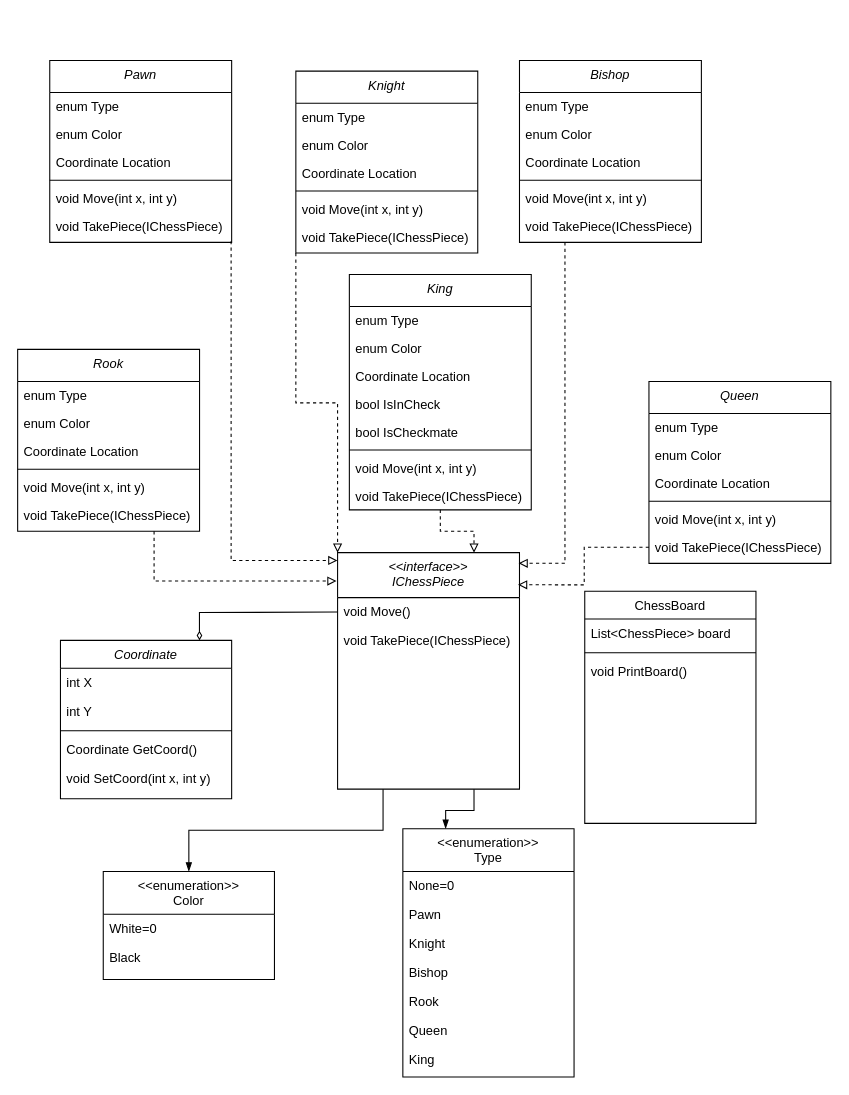
Above: Chess.drawio in ahstephens6/Chess (draw.io), before the change. Source tidied: cells renumbered, new cells numbered last; positions are measured from the earlier drawing's top-left corner, leaving out a move shared by most shapes. Both pictures are drawn from the tidied source at 107%, with x=0, y=0 at pixel (17, 60).
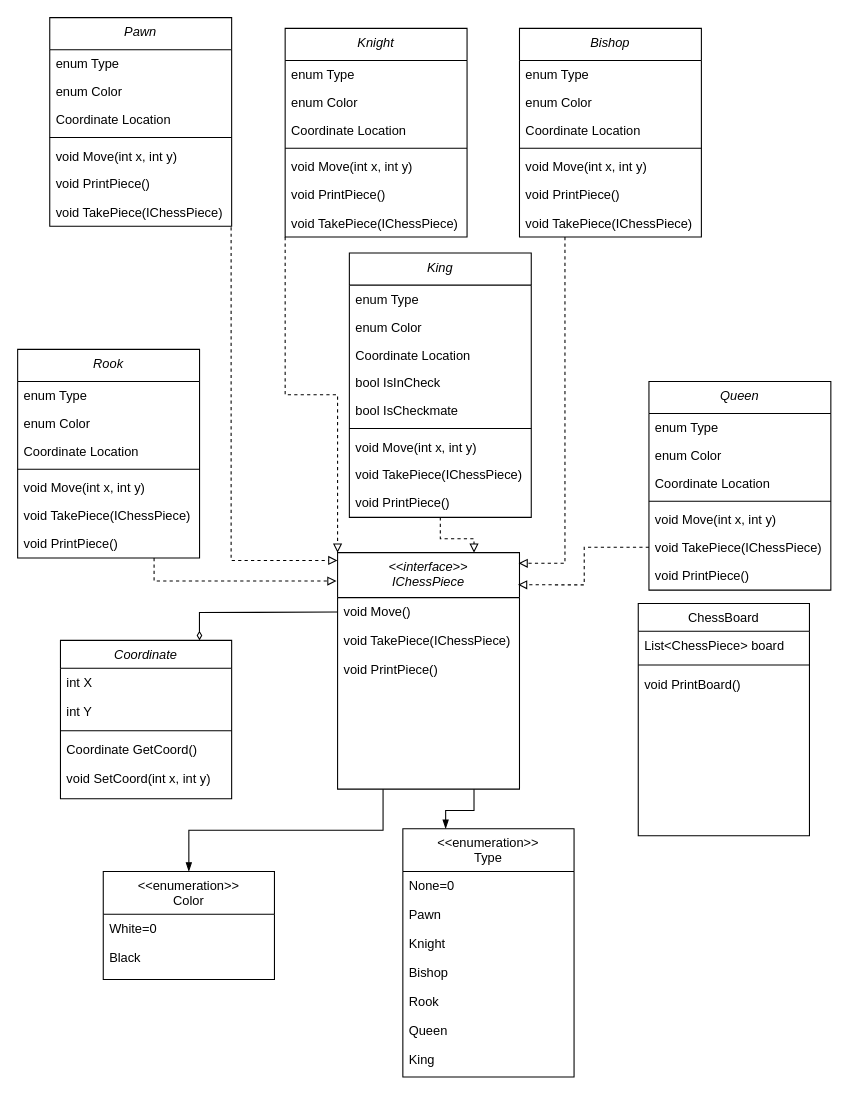
The same diagram, later.

Unchanged cells that the change refers to:
```xml
<mxCell id="4" value="&lt;&lt;interface&gt;&gt;&#10;IChessPiece" style="swimlane;fontStyle=2;align=center;verticalAlign=top;horizontal=1;startSize=42;rounded=0;shadow=0;strokeWidth=1;" parent="1" vertex="1">
  <mxGeometry x="299" y="460" width="170" height="221" as="geometry" />
</mxCell>
```

Diff of the diagram source:
```diff
@@
+    <mxCell id="79" value="void PrintPiece()" style="text;align=left;verticalAlign=top;spacingLeft=4;spacingRight=4;overflow=hidden;" parent="4" vertex="1">
+      <mxGeometry y="96" width="170" height="27" as="geometry" />
+    </mxCell>
     <mxCell id="7" value="ChessBoard" style="swimlane;fontStyle=0;align=center;verticalAlign=top;horizontal=1;startSize=26;rounded=0;shadow=0;strokeWidth=1;" parent="1" vertex="1">
-      <mxGeometry x="530" y="496" width="160" height="217" as="geometry" />
+      <mxGeometry x="580" y="507.5" width="160" height="217" as="geometry" />
     </mxCell>
@@
     <mxCell id="29" value="Pawn" style="swimlane;fontStyle=2;align=center;verticalAlign=top;horizontal=1;startSize=30;rounded=0;shadow=0;strokeWidth=1;" parent="1" vertex="1">
-      <mxGeometry x="30" width="170" height="170" as="geometry" />
+      <mxGeometry x="30" y="-40" width="170" height="195" as="geometry" />
     </mxCell>
@@
+    <mxCell id="80" value="void PrintPiece()" style="text;align=left;verticalAlign=top;spacingLeft=4;spacingRight=4;overflow=hidden;" parent="29" vertex="1">
+      <mxGeometry y="142" width="170" height="27" as="geometry" />
+    </mxCell>
     <mxCell id="35" value="void TakePiece(IChessPiece)" style="text;align=left;verticalAlign=top;spacingLeft=4;spacingRight=4;overflow=hidden;points=[[0,0.5],[1,0.5]];portConstraint=eastwest;" parent="29" vertex="1">
-      <mxGeometry y="142" width="170" height="26" as="geometry" />
+      <mxGeometry y="169" width="170" height="26" as="geometry" />
     </mxCell>
@@
     <mxCell id="37" value="Knight" style="swimlane;fontStyle=2;align=center;verticalAlign=top;horizontal=1;startSize=30;rounded=0;shadow=0;strokeWidth=1;" parent="1" vertex="1">
-      <mxGeometry x="260" y="10" width="170" height="170" as="geometry" />
+      <mxGeometry x="250" y="-30" width="170" height="195" as="geometry" />
     </mxCell>
@@
+    <mxCell id="81" value="void PrintPiece()" style="text;align=left;verticalAlign=top;spacingLeft=4;spacingRight=4;overflow=hidden;" parent="37" vertex="1">
+      <mxGeometry y="142" width="170" height="27" as="geometry" />
+    </mxCell>
     <mxCell id="43" value="void TakePiece(IChessPiece)" style="text;align=left;verticalAlign=top;spacingLeft=4;spacingRight=4;overflow=hidden;" parent="37" vertex="1">
-      <mxGeometry y="142" width="170" height="26" as="geometry" />
+      <mxGeometry y="169" width="170" height="26" as="geometry" />
     </mxCell>
     <mxCell id="44" value="Bishop" style="swimlane;fontStyle=2;align=center;verticalAlign=top;horizontal=1;startSize=30;rounded=0;shadow=0;strokeWidth=1;" parent="1" vertex="1">
-      <mxGeometry x="469" width="170" height="170" as="geometry" />
+      <mxGeometry x="469" y="-30" width="170" height="195" as="geometry" />
     </mxCell>
@@
+    <mxCell id="82" value="void PrintPiece()" style="text;align=left;verticalAlign=top;spacingLeft=4;spacingRight=4;overflow=hidden;" parent="44" vertex="1">
+      <mxGeometry y="142" width="170" height="27" as="geometry" />
+    </mxCell>
     <mxCell id="50" value="void TakePiece(IChessPiece)" style="text;align=left;verticalAlign=top;spacingLeft=4;spacingRight=4;overflow=hidden;" parent="44" vertex="1">
-      <mxGeometry y="142" width="170" height="26" as="geometry" />
+      <mxGeometry y="169" width="170" height="26" as="geometry" />
     </mxCell>
     <mxCell id="51" value="Rook" style="swimlane;fontStyle=2;align=center;verticalAlign=top;horizontal=1;startSize=30;rounded=0;shadow=0;strokeWidth=1;" parent="1" vertex="1">
-      <mxGeometry y="270" width="170" height="170" as="geometry" />
+      <mxGeometry y="270" width="170" height="195" as="geometry" />
     </mxCell>
@@
+    <mxCell id="83" value="void PrintPiece()" style="text;align=left;verticalAlign=top;spacingLeft=4;spacingRight=4;overflow=hidden;" parent="51" vertex="1">
+      <mxGeometry y="168" width="170" height="27" as="geometry" />
+    </mxCell>
     <mxCell id="58" value="Queen" style="swimlane;fontStyle=2;align=center;verticalAlign=top;horizontal=1;startSize=30;rounded=0;shadow=0;strokeWidth=1;" parent="1" vertex="1">
-      <mxGeometry x="590" y="300" width="170" height="170" as="geometry" />
+      <mxGeometry x="590" y="300" width="170" height="195" as="geometry" />
     </mxCell>
@@
+    <mxCell id="84" value="void PrintPiece()" style="text;align=left;verticalAlign=top;spacingLeft=4;spacingRight=4;overflow=hidden;" parent="58" vertex="1">
+      <mxGeometry y="168" width="170" height="27" as="geometry" />
+    </mxCell>
@@
     <mxCell id="66" value="King" style="swimlane;fontStyle=2;align=center;verticalAlign=top;horizontal=1;startSize=30;rounded=0;shadow=0;strokeWidth=1;" parent="1" vertex="1">
-      <mxGeometry x="310" y="200" width="170" height="220" as="geometry" />
+      <mxGeometry x="310" y="180" width="170" height="247" as="geometry" />
     </mxCell>
@@
+    <mxCell id="85" value="void PrintPiece()" style="text;align=left;verticalAlign=top;spacingLeft=4;spacingRight=4;overflow=hidden;" parent="66" vertex="1">
+      <mxGeometry y="220" width="170" height="27" as="geometry" />
+    </mxCell>
```
